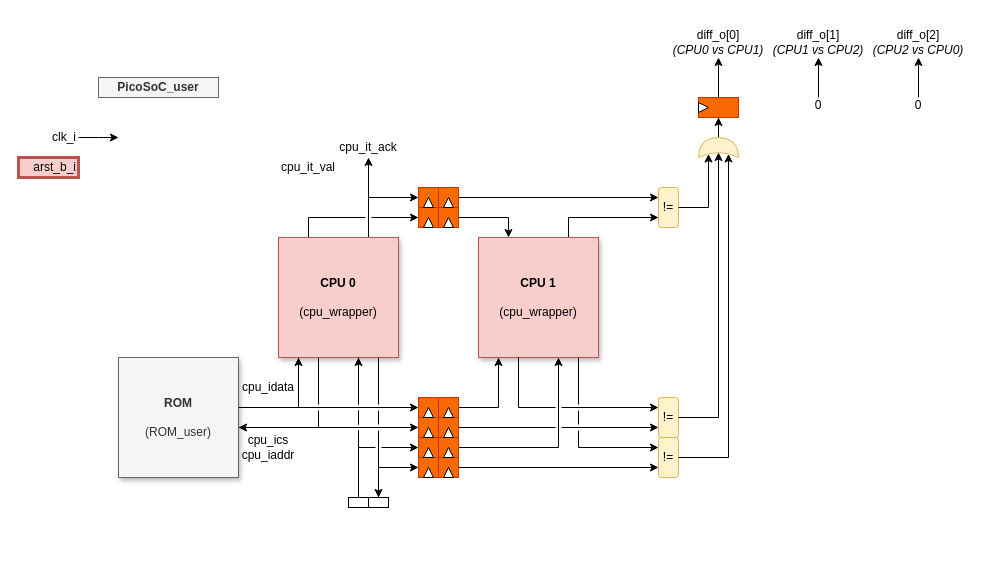
Earlier version of the draw.io diagram page "cpu_safety-lock_step" (2 of 3) of doc/assets/picosoc.drawio (deuskane/asylum-soc-picosoc). Source tidied: cells renumbered, new cells numbered last; positions are measured from the earlier drawing's top-left corner, leaving out a move shared by most shapes. Both pictures are drawn from the tidied source at 100%, with x=0, y=0 at pixel (18, 27).
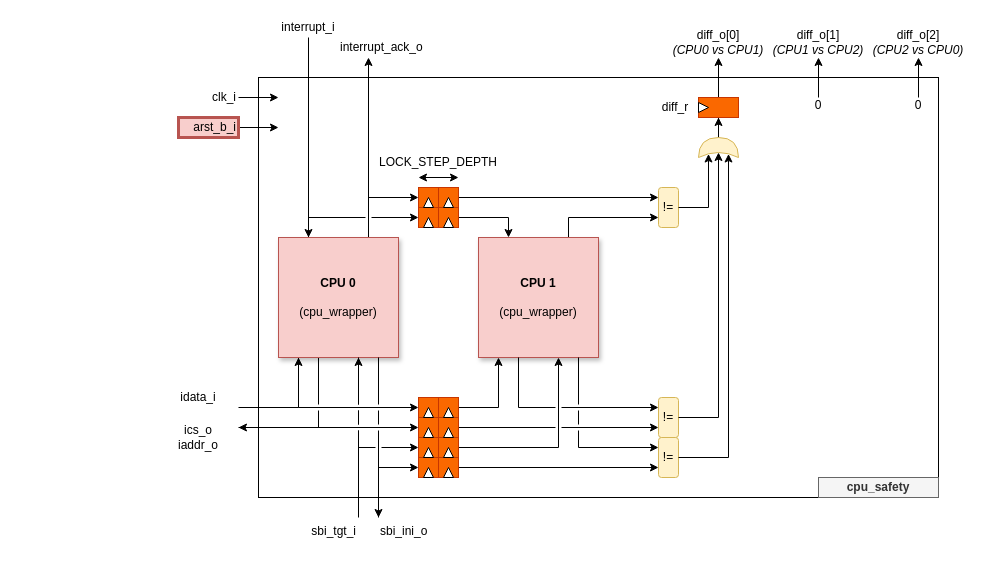
After the change.

Commit message (it also covers changes not shown here):
Doc : add cpu_safety

The change refers to these unchanged cells:
```xml
<mxCell id="14" style="rounded=0;whiteSpace=wrap;html=1;" parent="1" vertex="1">
  <mxGeometry x="330" y="320" width="20" height="10" as="geometry" />
</mxCell>
<mxCell id="15" style="rounded=0;whiteSpace=wrap;html=1;" parent="1" vertex="1">
  <mxGeometry x="350" y="320" width="20" height="10" as="geometry" />
</mxCell>
<mxCell id="23" value="&lt;b&gt;CPU 0&lt;/b&gt;&lt;div&gt;&lt;br&gt;&lt;div&gt;(cpu_wrapper)&lt;/div&gt;&lt;/div&gt;" style="rounded=0;whiteSpace=wrap;html=1;fillColor=#f8cecc;strokeColor=#b85450;shadow=1;" parent="1" vertex="1">
  <mxGeometry x="260" y="210" width="120" height="120" as="geometry" />
</mxCell>
<mxCell id="38" style="rounded=0;whiteSpace=wrap;html=1;fillColor=#fa6800;strokeColor=#C73500;fontColor=#000000;" parent="1" vertex="1">
  <mxGeometry x="400" y="430" width="20" height="20" as="geometry" />
</mxCell>
```

Diff of the diagram source:
```diff
@@
+    <mxCell id="87" parent="0" />
+    <mxCell id="88" style="rounded=0;whiteSpace=wrap;html=1;" parent="87" vertex="1">
+      <mxGeometry x="240" y="50" width="680" height="420" as="geometry" />
+    </mxCell>
+    <mxCell id="89" value="cpu_safety" style="rounded=0;whiteSpace=wrap;html=1;fillColor=#f5f5f5;fontColor=#333333;strokeColor=#666666;fontStyle=1;" parent="87" vertex="1">
+      <mxGeometry x="800" y="450" width="120" height="20" as="geometry" />
+    </mxCell>
@@
-    <mxCell id="2" value="PicoSoC_user" style="rounded=0;whiteSpace=wrap;html=1;fillColor=#f5f5f5;fontColor=#333333;strokeColor=#666666;fontStyle=1;" parent="1" vertex="1">
-      <mxGeometry x="80" y="50" width="120" height="20" as="geometry" />
-    </mxCell>
@@
-    <mxCell id="7" style="rounded=0;whiteSpace=wrap;html=1;" parent="1" vertex="1">
+    <mxCell id="7" style="rounded=0;whiteSpace=wrap;html=1;fillColor=none;strokeColor=none;" parent="1" vertex="1">
       <mxGeometry x="210" y="370" width="10" height="20" as="geometry" />
     </mxCell>
@@
-    <mxCell id="9" style="rounded=0;whiteSpace=wrap;html=1;" parent="1" vertex="1">
+    <mxCell id="9" style="rounded=0;whiteSpace=wrap;html=1;fillColor=none;strokeColor=none;" parent="1" vertex="1">
       <mxGeometry x="210" y="390" width="10" height="20" as="geometry" />
     </mxCell>
-    <mxCell id="10" style="rounded=0;whiteSpace=wrap;html=1;" parent="1" vertex="1">
-      <mxGeometry x="330" y="470" width="20" height="10" as="geometry" />
-    </mxCell>
@@
-    <mxCell id="16" style="rounded=0;whiteSpace=wrap;html=1;" parent="1" vertex="1">
-      <mxGeometry x="350" y="470" width="20" height="10" as="geometry" />
-    </mxCell>
@@
-    <mxCell id="18" value="&lt;b&gt;ROM&lt;/b&gt;&lt;div&gt;&lt;br&gt;&lt;/div&gt;&lt;div&gt;(ROM_user)&lt;/div&gt;" style="rounded=0;whiteSpace=wrap;html=1;fillColor=#f5f5f5;strokeColor=#666666;fontColor=#333333;shadow=1;" parent="1" vertex="1">
-      <mxGeometry x="100" y="330" width="120" height="120" as="geometry" />
-    </mxCell>
@@
-    <mxCell id="24" value="cpu_ics&lt;div&gt;cpu_iaddr&lt;/div&gt;" style="text;html=1;strokeColor=none;fillColor=none;align=center;verticalAlign=middle;whiteSpace=wrap;rounded=0;" parent="1" vertex="1">
-      <mxGeometry x="230" y="410" width="40" height="20" as="geometry" />
+    <mxCell id="24" value="ics_o&lt;div&gt;iaddr_o&lt;/div&gt;" style="text;html=1;strokeColor=none;fillColor=none;align=center;verticalAlign=middle;whiteSpace=wrap;rounded=0;" parent="1" vertex="1">
+      <mxGeometry x="160" y="400" width="40" height="20" as="geometry" />
     </mxCell>
-    <mxCell id="25" style="endArrow=classic;html=1;exitX=0.5;exitY=0;exitDx=0;exitDy=0;entryX=0.5;entryY=1;entryDx=0;entryDy=0;jumpStyle=gap;" parent="1" edge="1" source="10" target="14">
-      <mxGeometry relative="1" as="geometry" />
+    <mxCell id="25" style="endArrow=classic;html=1;exitX=0.5;exitY=0;exitDx=0;exitDy=0;entryX=0.5;entryY=1;entryDx=0;entryDy=0;jumpStyle=gap;" parent="1" edge="1" target="14">
+      <mxGeometry relative="1" as="geometry">
+        <mxPoint x="340" y="490" as="sourcePoint" />
+      </mxGeometry>
     </mxCell>
-    <mxCell id="26" style="endArrow=classic;html=1;entryX=0.5;entryY=0;entryDx=0;entryDy=0;jumpStyle=gap;exitX=0.5;exitY=1;exitDx=0;exitDy=0;" parent="1" edge="1" source="15" target="16">
-      <mxGeometry relative="1" as="geometry" />
+    <mxCell id="26" style="endArrow=classic;html=1;entryX=0.5;entryY=0;entryDx=0;entryDy=0;jumpStyle=gap;exitX=0.5;exitY=1;exitDx=0;exitDy=0;" parent="1" edge="1" source="15">
+      <mxGeometry relative="1" as="geometry">
+        <mxPoint x="360" y="490" as="targetPoint" />
+      </mxGeometry>
     </mxCell>
     <mxCell id="27" style="edgeStyle=orthogonalEdgeStyle;rounded=0;jettySize=auto;html=1;" parent="1" edge="1" source="28">
       <mxGeometry relative="1" as="geometry">
-        <mxPoint x="100" y="110" as="targetPoint" />
+        <mxPoint x="260" y="70" as="targetPoint" />
       </mxGeometry>
     </mxCell>
     <mxCell id="28" value="clk_i" style="text;html=1;whiteSpace=wrap;strokeColor=none;fillColor=none;align=right;verticalAlign=middle;rounded=0;" parent="1" vertex="1">
-      <mxGeometry y="100" width="60" height="20" as="geometry" />
+      <mxGeometry x="160" y="60" width="60" height="20" as="geometry" />
     </mxCell>
-    <mxCell id="29" value="cpu_idata" style="text;html=1;strokeColor=none;fillColor=none;align=center;verticalAlign=middle;whiteSpace=wrap;rounded=0;" parent="1" vertex="1">
-      <mxGeometry x="230" y="350" width="40" height="20" as="geometry" />
+    <mxCell id="29" value="idata_i" style="text;html=1;strokeColor=none;fillColor=none;align=center;verticalAlign=middle;whiteSpace=wrap;rounded=0;" parent="1" vertex="1">
+      <mxGeometry x="160" y="360" width="40" height="20" as="geometry" />
     </mxCell>
+    <mxCell id="90" style="edgeStyle=orthogonalEdgeStyle;rounded=0;jettySize=auto;html=1;exitX=0.5;exitY=1;exitDx=0;exitDy=0;entryX=0.25;entryY=0;entryDx=0;entryDy=0;" parent="1" edge="1" source="30" target="23">
+      <mxGeometry relative="1" as="geometry" />
+    </mxCell>
-    <mxCell id="30" value="cpu_it_val" style="text;html=1;whiteSpace=wrap;strokeColor=none;fillColor=none;align=center;verticalAlign=middle;rounded=0;" parent="1" vertex="1">
-      <mxGeometry x="260" y="130" width="60" height="20" as="geometry" />
+    <mxCell id="30" value="interrupt_i" style="text;html=1;whiteSpace=wrap;strokeColor=none;fillColor=none;align=center;verticalAlign=middle;rounded=0;" parent="1" vertex="1">
+      <mxGeometry x="260" y="-10" width="60" height="20" as="geometry" />
     </mxCell>
-    <mxCell id="31" value="cpu_it_ack" style="text;html=1;whiteSpace=wrap;strokeColor=none;fillColor=none;align=center;verticalAlign=middle;rounded=0;" parent="1" vertex="1">
-      <mxGeometry x="320" y="110" width="60" height="20" as="geometry" />
+    <mxCell id="31" value="interrupt_ack_o" style="text;html=1;whiteSpace=wrap;strokeColor=none;fillColor=none;align=left;verticalAlign=middle;rounded=0;" parent="1" vertex="1">
+      <mxGeometry x="320" y="10" width="60" height="20" as="geometry" />
     </mxCell>
@@
-    <mxCell id="42" style="edgeStyle=orthogonalEdgeStyle;rounded=0;jettySize=auto;html=1;entryX=0;entryY=0.5;entryDx=0;entryDy=0;" parent="1" edge="1" source="16" target="38">
+    <mxCell id="42" style="edgeStyle=orthogonalEdgeStyle;rounded=0;jettySize=auto;html=1;entryX=0;entryY=0.5;entryDx=0;entryDy=0;" parent="1" edge="1" target="38">
       <mxGeometry relative="1" as="geometry">
+        <mxPoint x="360" y="490" as="sourcePoint" />
         <Array as="points">
           <mxPoint x="360" y="440" />
         </Array>
       </mxGeometry>
     </mxCell>
@@
+    <mxCell id="91" style="edgeStyle=orthogonalEdgeStyle;rounded=0;jettySize=auto;html=1;" parent="1" edge="1" source="80">
+      <mxGeometry relative="1" as="geometry">
+        <mxPoint x="260" y="100" as="targetPoint" />
+      </mxGeometry>
+    </mxCell>
     <mxCell id="80" value="arst_b_i" style="text;html=1;whiteSpace=wrap;strokeColor=#b85450;fillColor=#f8cecc;align=right;verticalAlign=middle;rounded=0;strokeWidth=3;" parent="1" vertex="1">
-      <mxGeometry y="130" width="60" height="20" as="geometry" />
+      <mxGeometry x="160" y="90" width="60" height="20" as="geometry" />
     </mxCell>
@@
+    <mxCell id="92" value="sbi_tgt_i" style="text;html=1;whiteSpace=wrap;strokeColor=none;fillColor=none;align=right;verticalAlign=middle;rounded=0;" parent="1" vertex="1">
+      <mxGeometry x="280" y="489" width="60" height="30" as="geometry" />
+    </mxCell>
+    <mxCell id="93" value="sbi_ini_o" style="text;html=1;whiteSpace=wrap;strokeColor=none;fillColor=none;align=left;verticalAlign=middle;rounded=0;" parent="1" vertex="1">
+      <mxGeometry x="360" y="489" width="60" height="30" as="geometry" />
+    </mxCell>
+    <mxCell id="94" style="rounded=0;whiteSpace=wrap;html=1;fillColor=none;strokeColor=none;" parent="1" vertex="1">
+      <mxGeometry x="330" y="490" width="20" height="10" as="geometry" />
+    </mxCell>
+    <mxCell id="95" style="rounded=0;whiteSpace=wrap;html=1;fillColor=none;strokeColor=none;" parent="1" vertex="1">
+      <mxGeometry x="350" y="490" width="20" height="10" as="geometry" />
+    </mxCell>
+    <mxCell id="96" value="diff_r" style="text;html=1;whiteSpace=wrap;strokeColor=none;fillColor=none;align=center;verticalAlign=middle;rounded=0;" parent="1" vertex="1">
+      <mxGeometry x="627" y="65" width="60" height="30" as="geometry" />
+    </mxCell>
+    <mxCell id="97" style="endArrow=classic;startArrow=classic;html=1;rounded=0;" parent="1" edge="1">
+      <mxGeometry relative="1" as="geometry">
+        <mxPoint x="400" y="150" as="sourcePoint" />
+        <mxPoint x="440" y="150" as="targetPoint" />
+      </mxGeometry>
+    </mxCell>
+    <mxCell id="98" value="LOCK_STEP_DEPTH" style="text;html=1;whiteSpace=wrap;strokeColor=none;fillColor=none;align=center;verticalAlign=middle;rounded=0;" parent="1" vertex="1">
+      <mxGeometry x="390" y="120" width="60" height="30" as="geometry" />
+    </mxCell>
```
